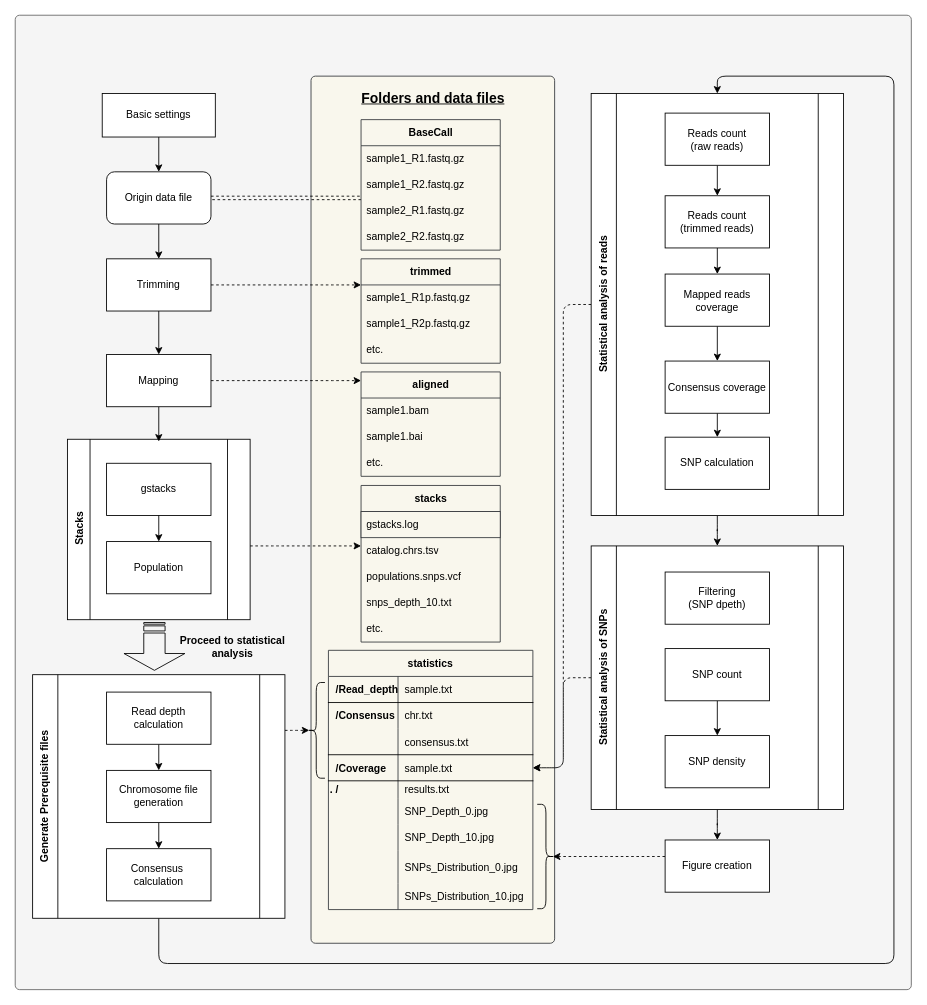
ShuXingYu94/diagrams.net_sharing keeps this draw.io diagram as Untitled Diagram.drawio. Above is the earlier version. Source tidied: cells renumbered, new cells numbered last; positions are measured from the earlier drawing's top-left corner, leaving out a move shared by most shapes. Both pictures are drawn from the tidied source at 87%, with x=0, y=0 at pixel (15, 15).
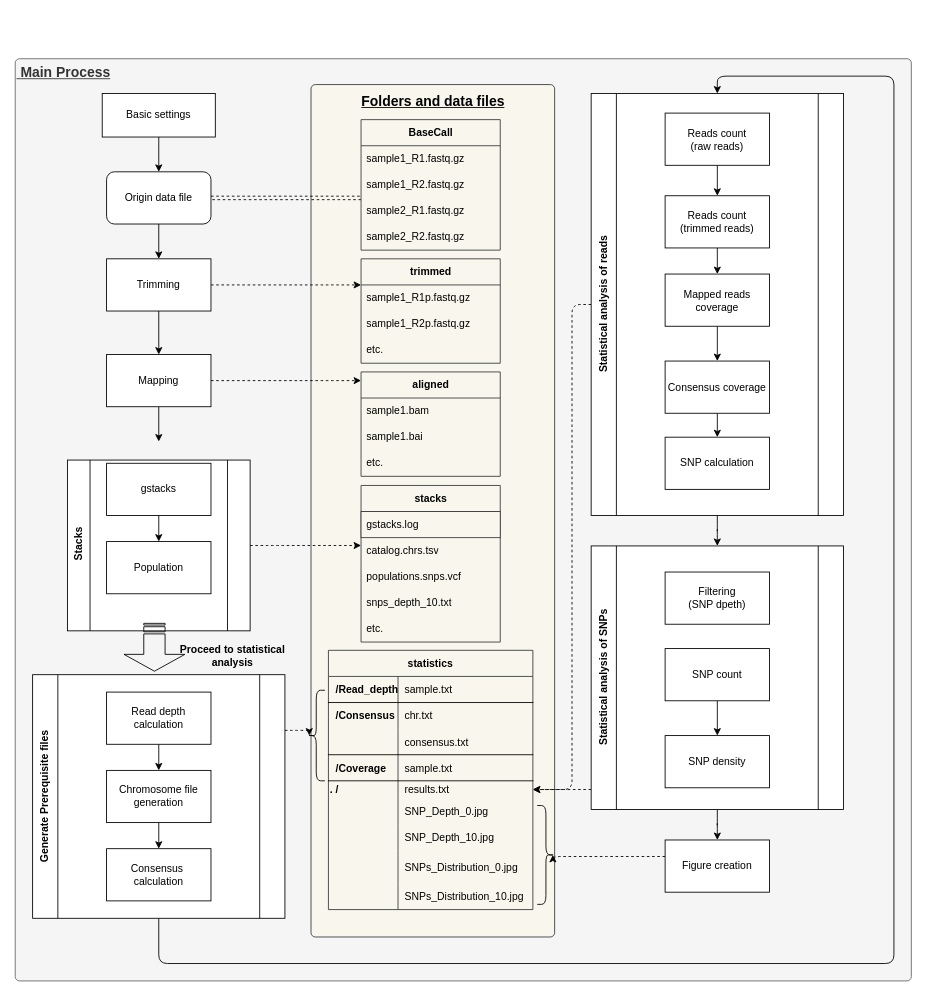
Above is the later version.

Unchanged cells that the change refers to:
```xml
<mxCell id="51" value="Statistical analysis of reads" style="shape=process;whiteSpace=wrap;html=1;backgroundOutline=1;horizontal=0;verticalAlign=top;fontStyle=1;" parent="1" vertex="1">
  <mxGeometry x="662" y="90" width="290" height="485" as="geometry" />
</mxCell>
<mxCell id="63" value="Statistical analysis of SNPs" style="shape=process;whiteSpace=wrap;html=1;backgroundOutline=1;horizontal=0;verticalAlign=top;fontStyle=1;" parent="1" vertex="1">
  <mxGeometry x="662" y="610" width="290" height="303" as="geometry" />
</mxCell>
<mxCell id="78" style="shape=tableRow;horizontal=0;startSize=0;swimlaneHead=0;swimlaneBody=0;fillColor=none;points=[[0,0.5],[1,0.5]];portConstraint=eastwest;top=0;left=0;right=0;bottom=1;" parent="68" vertex="1">
  <mxGeometry y="120" width="235" height="30" as="geometry" />
</mxCell>
<mxCell id="81" style="shape=tableRow;horizontal=0;startSize=0;swimlaneHead=0;swimlaneBody=0;fillColor=none;points=[[0,0.5],[1,0.5]];portConstraint=eastwest;top=0;left=0;right=0;bottom=0;fontStyle=1;" parent="68" vertex="1">
  <mxGeometry y="150" width="235" height="20" as="geometry" />
</mxCell>
```

The edit, as a diff of the source:
```diff
@@
-    <mxCell id="2" style="rounded=1;absoluteArcSize=1;html=1;arcSize=10;sketch=0;fillColor=#f5f5f5;fontColor=#333333;strokeColor=#666666;" parent="1" vertex="1">
-      <mxGeometry width="1030" height="1120" as="geometry" />
+    <mxCell id="2" value="&lt;span style=&quot;white-space: pre;&quot;&gt; &lt;/span&gt;Main Process" style="rounded=1;absoluteArcSize=1;html=1;arcSize=10;sketch=0;fillColor=#f5f5f5;fontColor=#333333;strokeColor=#666666;fontStyle=5;align=left;verticalAlign=top;fontSize=16;" parent="1" vertex="1">
+      <mxGeometry y="50" width="1030" height="1060" as="geometry" />
     </mxCell>
     <mxCell id="3" style="html=1;shape=mxgraph.er.anchor;whiteSpace=wrap;sketch=0;fillColor=none;gradientColor=none;" parent="2" vertex="1">
-      <mxGeometry width="515" height="1120" as="geometry" />
+      <mxGeometry width="515" height="1060" as="geometry" />
     </mxCell>
     <mxCell id="4" style="rounded=1;absoluteArcSize=1;html=1;arcSize=10;whiteSpace=wrap;sketch=0;fillColor=#f9f7ed;strokeColor=#36393d;" parent="2" vertex="1">
-      <mxGeometry x="340" y="70" width="280" height="996.7" as="geometry" />
+      <mxGeometry x="340" y="29.7" width="280" height="979.8" as="geometry" />
     </mxCell>
     <mxCell id="5" style="group;" parent="2" vertex="1">
-      <mxGeometry x="60" y="487.4" width="270" height="253.7" as="geometry" />
+      <mxGeometry x="60" y="461.3" width="270" height="240.1" as="geometry" />
     </mxCell>
     <mxCell id="6" value="&lt;span style=&quot;&quot;&gt;Proceed to statistical analysis&lt;/span&gt;" style="text;html=1;strokeColor=none;fillColor=none;align=center;verticalAlign=middle;whiteSpace=wrap;rounded=0;sketch=0;fontStyle=1;" parent="5" vertex="1">
-      <mxGeometry x="110" y="222.6" width="160" height="31.1" as="geometry" />
+      <mxGeometry x="110" y="210.7" width="160" height="29.4" as="geometry" />
     </mxCell>
     <mxCell id="7" value="&lt;span style=&quot;white-space: pre;&quot;&gt; &lt;/span&gt;Stacks" style="shape=process;whiteSpace=wrap;html=1;backgroundOutline=1;size=0.125;align=center;verticalAlign=top;horizontal=0;fontStyle=1;" parent="5" vertex="1">
-      <mxGeometry width="210" height="207.4" as="geometry" />
+      <mxGeometry width="210" height="196.3" as="geometry" />
     </mxCell>
     <mxCell id="8" value="Folders and data files" style="text;html=1;align=center;verticalAlign=middle;strokeColor=none;fillColor=none;sketch=0;fontStyle=5;fontSize=16;" parent="2" vertex="1">
-      <mxGeometry x="385" y="80" width="190" height="30" as="geometry" />
+      <mxGeometry x="385" y="33.7" width="190" height="30" as="geometry" />
     </mxCell>
     <mxCell id="9" style="shape=curlyBracket;whiteSpace=wrap;html=1;rounded=1;flipH=1;labelPosition=right;verticalLabelPosition=middle;align=left;verticalAlign=middle;sketch=0;fillColor=none;gradientColor=none;rotation=-180;" parent="2" vertex="1">
-      <mxGeometry x="336" y="767" width="20" height="110" as="geometry" />
+      <mxGeometry x="336" y="725.9" width="20" height="104.1" as="geometry" />
     </mxCell>
     <mxCell id="10" style="shape=curlyBracket;whiteSpace=wrap;html=1;rounded=1;flipH=1;labelPosition=right;verticalLabelPosition=middle;align=left;verticalAlign=middle;sketch=0;fillColor=none;gradientColor=none;" parent="2" vertex="1">
-      <mxGeometry x="600" y="907" width="20" height="120" as="geometry" />
+      <mxGeometry x="600" y="858.4" width="20" height="113.6" as="geometry" />
     </mxCell>
@@
-    <mxCell id="50" style="edgeStyle=orthogonalEdgeStyle;jettySize=auto;html=1;entryX=1;entryY=0.5;entryDx=0;entryDy=0;fontSize=16;startArrow=none;startFill=0;endArrow=classic;endFill=1;dashed=1;" parent="1" edge="1" source="51" target="78">
-      <mxGeometry relative="1" as="geometry">
-        <Array as="points">
-          <mxPoint x="630" y="332" />
-          <mxPoint x="630" y="865" />
-        </Array>
-      </mxGeometry>
-    </mxCell>
+    <mxCell id="103" style="edgeStyle=orthogonalEdgeStyle;jettySize=auto;html=1;dashed=1;fontSize=16;startArrow=none;startFill=0;endArrow=classic;endFill=1;" parent="1" edge="1" source="51" target="81">
+      <mxGeometry relative="1" as="geometry">
+        <Array as="points">
+          <mxPoint x="640" y="332" />
+          <mxPoint x="640" y="890" />
+        </Array>
+      </mxGeometry>
+    </mxCell>
@@
-    <mxCell id="62" style="edgeStyle=orthogonalEdgeStyle;jettySize=auto;html=1;entryX=1;entryY=0.5;entryDx=0;entryDy=0;fontSize=16;startArrow=none;startFill=0;endArrow=classic;endFill=1;dashed=1;" parent="1" edge="1" source="63" target="78">
-      <mxGeometry relative="1" as="geometry">
-        <Array as="points">
-          <mxPoint x="630" y="762" />
-          <mxPoint x="630" y="865" />
-        </Array>
-      </mxGeometry>
-    </mxCell>
+    <mxCell id="104" style="edgeStyle=orthogonalEdgeStyle;jettySize=auto;html=1;dashed=1;fontSize=16;startArrow=none;startFill=0;endArrow=classic;endFill=1;" parent="1" edge="1" source="63" target="81">
+      <mxGeometry relative="1" as="geometry">
+        <Array as="points">
+          <mxPoint x="630" y="890" />
+          <mxPoint x="630" y="890" />
+        </Array>
+      </mxGeometry>
+    </mxCell>
@@
     <mxCell id="101" style="html=1;shadow=0;dashed=0;align=center;verticalAlign=middle;shape=mxgraph.arrows2.stripedArrow;dy=0.65;dx=19.35;notch=12.12;sketch=0;fillColor=none;gradientColor=none;rotation=90;horizontal=0;" parent="1" vertex="1">
-      <mxGeometry x="132.5" y="690.5" width="55" height="70" as="geometry" />
+      <mxGeometry x="132.5" y="691.5" width="55" height="70" as="geometry" />
     </mxCell>
```
